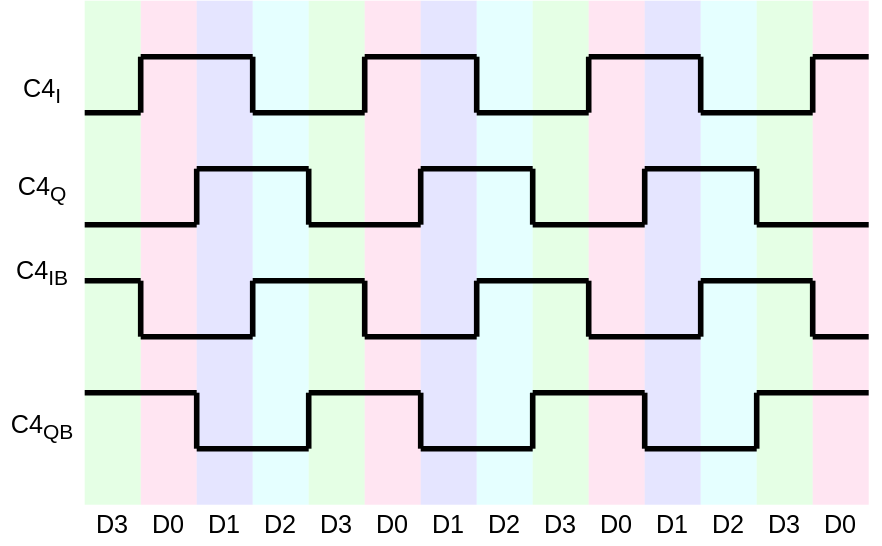
Before: source/_posts/tx/tripstack4to1MUX.drawio.svg, a diagram exported from draw.io (raytroop/raytroop.github.io). Source tidied: cells renumbered, new cells last; positions are measured from the earlier drawing's top-left corner, leaving out a move shared by most shapes.
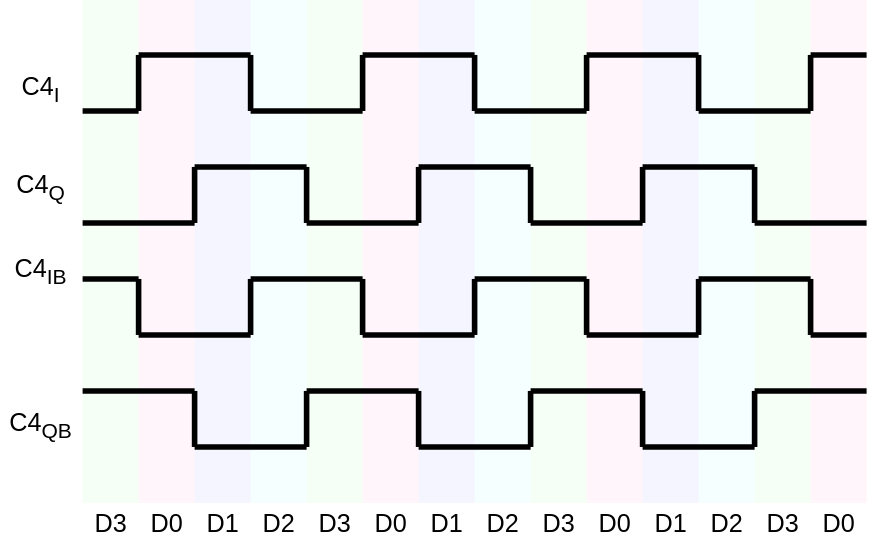
Later version of the same file.

Change to the diagram source:
```diff
@@ -2,46 +2,46 @@
   <root>
     <mxCell id="0" />
     <mxCell id="1" parent="0" />
-    <mxCell id="2" style="rounded=0;whiteSpace=wrap;html=1;fillColor=#FFCCE6;strokeColor=none;opacity=50;" parent="1" vertex="1">
+    <mxCell id="2" style="rounded=0;whiteSpace=wrap;html=1;fillColor=#FFCCE6;strokeColor=none;opacity=20;" parent="1" vertex="1">
       <mxGeometry x="100" width="40" height="360" as="geometry" />
     </mxCell>
-    <mxCell id="3" style="rounded=0;whiteSpace=wrap;html=1;fillColor=#CCCCFF;strokeColor=none;opacity=50;" parent="1" vertex="1">
+    <mxCell id="3" style="rounded=0;whiteSpace=wrap;html=1;fillColor=#CCCCFF;strokeColor=none;opacity=20;" parent="1" vertex="1">
       <mxGeometry x="140" width="40" height="360" as="geometry" />
     </mxCell>
-    <mxCell id="4" style="rounded=0;whiteSpace=wrap;html=1;fillColor=#CCFFFF;strokeColor=none;opacity=50;" parent="1" vertex="1">
+    <mxCell id="4" style="rounded=0;whiteSpace=wrap;html=1;fillColor=#CCFFFF;strokeColor=none;opacity=20;" parent="1" vertex="1">
       <mxGeometry x="180" width="40" height="360" as="geometry" />
     </mxCell>
-    <mxCell id="5" style="rounded=0;whiteSpace=wrap;html=1;fillColor=#CCFFCC;strokeColor=none;opacity=50;" parent="1" vertex="1">
+    <mxCell id="5" style="rounded=0;whiteSpace=wrap;html=1;fillColor=#CCFFCC;strokeColor=none;opacity=20;" parent="1" vertex="1">
       <mxGeometry x="220" width="40" height="360" as="geometry" />
     </mxCell>
-    <mxCell id="6" style="rounded=0;whiteSpace=wrap;html=1;fillColor=#FFCCE6;strokeColor=none;opacity=50;" parent="1" vertex="1">
+    <mxCell id="6" style="rounded=0;whiteSpace=wrap;html=1;fillColor=#FFCCE6;strokeColor=none;opacity=20;" parent="1" vertex="1">
       <mxGeometry x="260" width="40" height="360" as="geometry" />
     </mxCell>
-    <mxCell id="7" style="rounded=0;whiteSpace=wrap;html=1;fillColor=#CCCCFF;strokeColor=none;opacity=50;" parent="1" vertex="1">
+    <mxCell id="7" style="rounded=0;whiteSpace=wrap;html=1;fillColor=#CCCCFF;strokeColor=none;opacity=20;" parent="1" vertex="1">
       <mxGeometry x="300" width="40" height="360" as="geometry" />
     </mxCell>
-    <mxCell id="8" style="rounded=0;whiteSpace=wrap;html=1;fillColor=#CCFFFF;strokeColor=none;opacity=50;" parent="1" vertex="1">
+    <mxCell id="8" style="rounded=0;whiteSpace=wrap;html=1;fillColor=#CCFFFF;strokeColor=none;opacity=20;" parent="1" vertex="1">
       <mxGeometry x="340" width="40" height="360" as="geometry" />
     </mxCell>
-    <mxCell id="9" style="rounded=0;whiteSpace=wrap;html=1;fillColor=#CCFFCC;strokeColor=none;opacity=50;" parent="1" vertex="1">
+    <mxCell id="9" style="rounded=0;whiteSpace=wrap;html=1;fillColor=#CCFFCC;strokeColor=none;opacity=20;" parent="1" vertex="1">
       <mxGeometry x="380" width="40" height="360" as="geometry" />
     </mxCell>
-    <mxCell id="10" style="rounded=0;whiteSpace=wrap;html=1;fillColor=#FFCCE6;strokeColor=none;opacity=50;" parent="1" vertex="1">
+    <mxCell id="10" style="rounded=0;whiteSpace=wrap;html=1;fillColor=#FFCCE6;strokeColor=none;opacity=20;" parent="1" vertex="1">
       <mxGeometry x="420" width="40" height="360" as="geometry" />
     </mxCell>
-    <mxCell id="11" style="rounded=0;whiteSpace=wrap;html=1;fillColor=#CCCCFF;strokeColor=none;opacity=50;" parent="1" vertex="1">
+    <mxCell id="11" style="rounded=0;whiteSpace=wrap;html=1;fillColor=#CCCCFF;strokeColor=none;opacity=20;" parent="1" vertex="1">
       <mxGeometry x="460" width="40" height="360" as="geometry" />
     </mxCell>
-    <mxCell id="12" style="rounded=0;whiteSpace=wrap;html=1;fillColor=#CCFFFF;strokeColor=none;opacity=50;" parent="1" vertex="1">
+    <mxCell id="12" style="rounded=0;whiteSpace=wrap;html=1;fillColor=#CCFFFF;strokeColor=none;opacity=20;" parent="1" vertex="1">
       <mxGeometry x="500" width="40" height="360" as="geometry" />
     </mxCell>
-    <mxCell id="13" style="rounded=0;whiteSpace=wrap;html=1;fillColor=#CCFFCC;strokeColor=none;opacity=50;" parent="1" vertex="1">
+    <mxCell id="13" style="rounded=0;whiteSpace=wrap;html=1;fillColor=#CCFFCC;strokeColor=none;opacity=20;" parent="1" vertex="1">
       <mxGeometry x="540" width="40" height="360" as="geometry" />
     </mxCell>
-    <mxCell id="14" style="rounded=0;whiteSpace=wrap;html=1;fillColor=#CCFFCC;strokeColor=none;opacity=50;" parent="1" vertex="1">
+    <mxCell id="14" style="rounded=0;whiteSpace=wrap;html=1;fillColor=#CCFFCC;strokeColor=none;opacity=20;" parent="1" vertex="1">
       <mxGeometry x="60" width="40" height="360" as="geometry" />
     </mxCell>
-    <mxCell id="15" style="rounded=0;whiteSpace=wrap;html=1;fillColor=#FFCCE6;strokeColor=none;opacity=50;" parent="1" vertex="1">
+    <mxCell id="15" style="rounded=0;whiteSpace=wrap;html=1;fillColor=#FFCCE6;strokeColor=none;opacity=20;" parent="1" vertex="1">
       <mxGeometry x="580" width="40" height="360" as="geometry" />
     </mxCell>
     <mxCell id="16" style="group;flipH=1;legacyAnchorPoints=0;strokeWidth=4;" parent="1" vertex="1">
```
